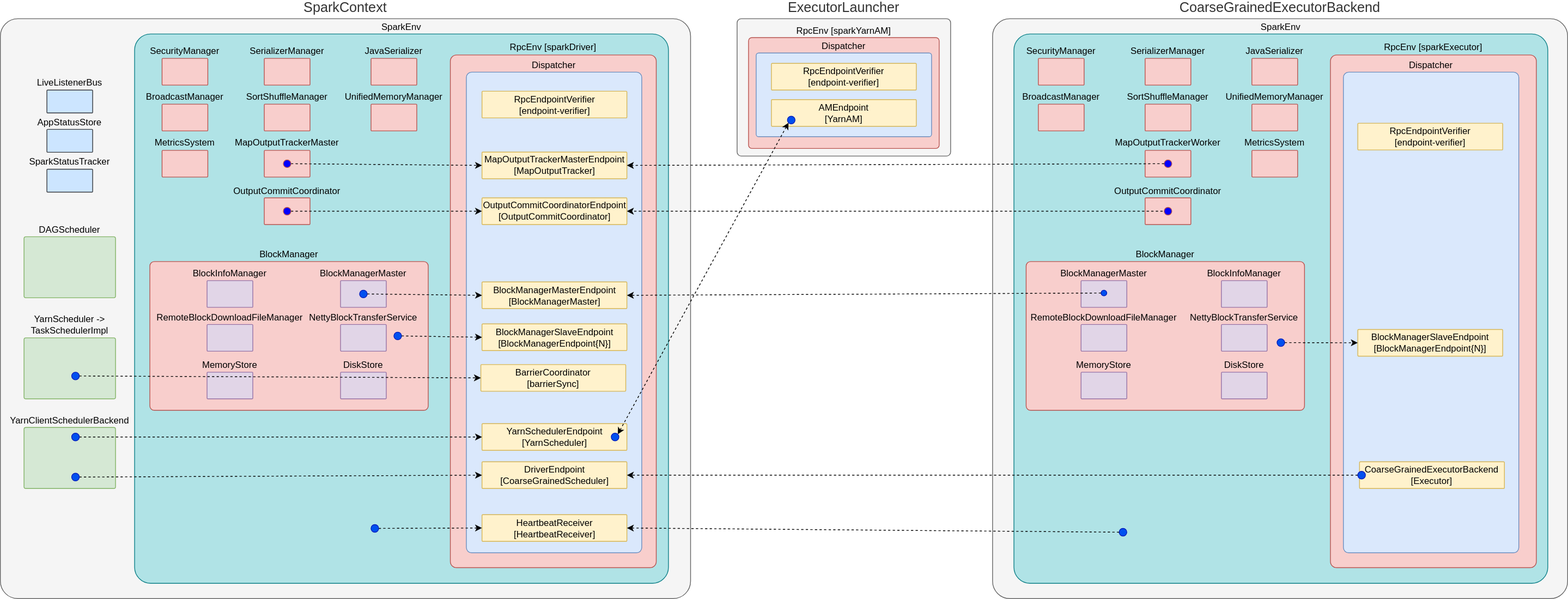
Above: images/spark/spark-component-overview.svg in jtLiBrain/jtLiBrain.github.io (draw.io), before the change. Source tidied: cells renumbered, new cells last; positions are measured from the earlier drawing's top-left corner, leaving out a move shared by most shapes.
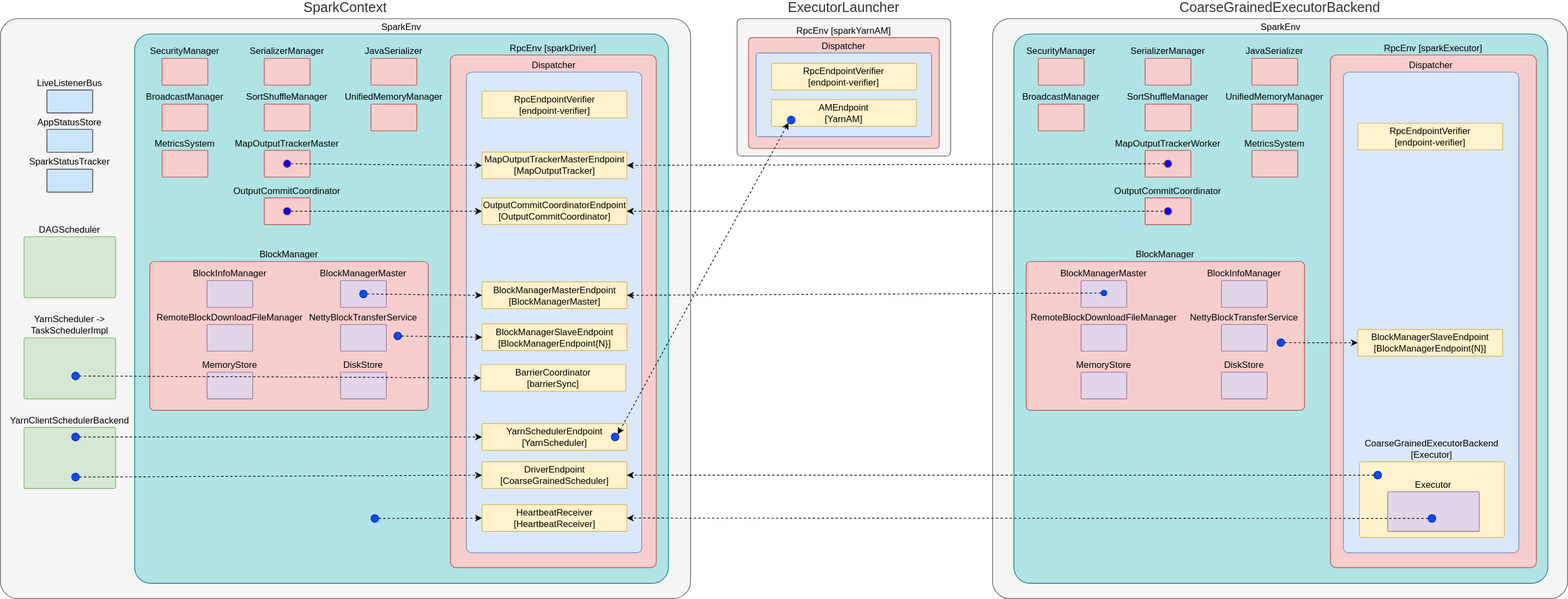
After the change.

What changed in the source:
```diff
@@ -111,13 +111,13 @@
       <mxGeometry x="61" y="197.2" width="60" height="30" as="geometry" />
     </mxCell>
     <mxCell id="38" value="&lt;div style=&quot;font-size: 12px;&quot;&gt;HeartbeatReceiver&lt;/div&gt;&lt;div style=&quot;font-size: 12px;&quot;&gt;[HeartbeatReceiver]&lt;/div&gt;" style="rounded=1;whiteSpace=wrap;html=1;arcSize=3;labelPosition=center;verticalLabelPosition=middle;align=center;verticalAlign=middle;fontSize=12;strokeColor=#d6b656;fillColor=#fff2cc;" parent="1" vertex="1">
-      <mxGeometry x="631.5" y="650" width="190" height="35" as="geometry" />
+      <mxGeometry x="631.5" y="637" width="190" height="35" as="geometry" />
     </mxCell>
     <mxCell id="39" style="endArrow=classic;html=1;dashed=1;exitX=1;exitY=0.5;exitDx=0;exitDy=0;entryX=0;entryY=0.5;entryDx=0;entryDy=0;fontSize=12;" parent="1" edge="1" source="40" target="38">
       <mxGeometry relative="1" as="geometry" />
     </mxCell>
     <mxCell id="40" style="ellipse;whiteSpace=wrap;html=1;fillColor=#0050ef;strokeColor=#001DBC;fontColor=#ffffff;fontSize=12;" parent="1" vertex="1">
-      <mxGeometry x="486" y="663" width="10" height="10" as="geometry" />
+      <mxGeometry x="486" y="650" width="10" height="10" as="geometry" />
     </mxCell>
     <mxCell id="41" value="YarnScheduler -&amp;gt; TaskSchedulerImpl" style="rounded=1;whiteSpace=wrap;html=1;arcSize=3;labelPosition=center;verticalLabelPosition=top;align=center;verticalAlign=bottom;fillColor=#d5e8d4;strokeColor=#82b366;fontSize=12;" parent="1" vertex="1">
       <mxGeometry x="31" y="418.2" width="120" height="80" as="geometry" />
@@ -257,24 +257,18 @@
     <mxCell id="86" style="endArrow=classic;html=1;dashed=1;fontSize=12;entryX=1;entryY=0.5;entryDx=0;entryDy=0;exitX=0;exitY=0.5;exitDx=0;exitDy=0;" parent="1" edge="1" source="67" target="13">
       <mxGeometry relative="1" as="geometry" />
     </mxCell>
-    <mxCell id="87" value="&lt;div style=&quot;font-size: 12px;&quot;&gt;&lt;div style=&quot;font-size: 12px;&quot;&gt;CoarseGrainedExecutorBackend&lt;/div&gt;&lt;div style=&quot;font-size: 12px;&quot;&gt;[Executor]&lt;/div&gt;&lt;/div&gt;" style="rounded=1;whiteSpace=wrap;html=1;arcSize=3;labelPosition=center;verticalLabelPosition=middle;align=center;verticalAlign=middle;fontSize=12;strokeColor=#d6b656;fillColor=#fff2cc;" parent="1" vertex="1">
-      <mxGeometry x="1782.1" y="580.8" width="190" height="35" as="geometry" />
+    <mxCell id="87" value="&lt;div style=&quot;font-size: 12px;&quot;&gt;&lt;div style=&quot;font-size: 12px;&quot;&gt;CoarseGrainedExecutorBackend&lt;/div&gt;&lt;div style=&quot;font-size: 12px;&quot;&gt;[Executor]&lt;/div&gt;&lt;/div&gt;" style="rounded=1;whiteSpace=wrap;html=1;arcSize=3;labelPosition=center;verticalLabelPosition=top;align=center;verticalAlign=bottom;fontSize=12;strokeColor=#d6b656;fillColor=#fff2cc;" parent="1" vertex="1">
+      <mxGeometry x="1782.1" y="580.8" width="190" height="99.2" as="geometry" />
     </mxCell>
     <mxCell id="88" value="MetricsSystem" style="rounded=1;whiteSpace=wrap;html=1;arcSize=3;labelPosition=center;verticalLabelPosition=top;align=center;verticalAlign=bottom;fontSize=12;fillColor=#f8cecc;strokeColor=#b85450;" parent="1" vertex="1">
       <mxGeometry x="1641" y="172.5" width="60" height="35" as="geometry" />
     </mxCell>
     <mxCell id="89" style="ellipse;whiteSpace=wrap;html=1;fillColor=#0050ef;strokeColor=#001DBC;fontColor=#ffffff;fontSize=12;" parent="1" vertex="1">
-      <mxGeometry x="1779.9" y="593.2" width="10" height="10" as="geometry" />
+      <mxGeometry x="1801" y="593.2" width="10" height="10" as="geometry" />
     </mxCell>
     <mxCell id="90" style="endArrow=classic;html=1;dashed=1;fontSize=12;entryX=1;entryY=0.5;entryDx=0;entryDy=0;exitX=0;exitY=0.5;exitDx=0;exitDy=0;" parent="1" edge="1" source="89" target="47">
       <mxGeometry relative="1" as="geometry" />
     </mxCell>
-    <mxCell id="91" style="ellipse;whiteSpace=wrap;html=1;fillColor=#0050ef;strokeColor=#001DBC;fontColor=#ffffff;fontSize=12;" parent="1" vertex="1">
-      <mxGeometry x="1467" y="668" width="10" height="10" as="geometry" />
-    </mxCell>
-    <mxCell id="92" style="endArrow=classic;html=1;dashed=1;fontSize=12;entryX=1;entryY=0.5;entryDx=0;entryDy=0;exitX=0;exitY=0.5;exitDx=0;exitDy=0;" parent="1" edge="1" source="91" target="38">
-      <mxGeometry relative="1" as="geometry" />
-    </mxCell>
     <mxCell id="93" value="&lt;div style=&quot;font-size: 12px&quot;&gt;BarrierCoordinator&lt;/div&gt;&lt;div style=&quot;font-size: 12px&quot;&gt;[barrierSync]&lt;/div&gt;" style="rounded=1;whiteSpace=wrap;html=1;arcSize=3;labelPosition=center;verticalLabelPosition=middle;align=center;verticalAlign=middle;fontSize=12;strokeColor=#d6b656;fillColor=#fff2cc;" parent="1" vertex="1">
       <mxGeometry x="630" y="453.2" width="190" height="35" as="geometry" />
     </mxCell>
@@ -284,5 +278,14 @@
     <mxCell id="95" style="endArrow=classic;html=1;entryX=0;entryY=0.5;entryDx=0;entryDy=0;dashed=1;fontSize=12;exitX=1;exitY=0.5;exitDx=0;exitDy=0;" parent="1" edge="1" source="94" target="93">
       <mxGeometry relative="1" as="geometry" />
     </mxCell>
+    <mxCell id="96" value="Executor" style="rounded=1;whiteSpace=wrap;html=1;arcSize=3;labelPosition=center;verticalLabelPosition=top;align=center;verticalAlign=bottom;fontSize=12;fillColor=#e1d5e7;strokeColor=#9673a6;" parent="1" vertex="1">
+      <mxGeometry x="1819" y="619.9" width="120" height="52.1" as="geometry" />
+    </mxCell>
+    <mxCell id="91" style="ellipse;whiteSpace=wrap;html=1;fillColor=#0050ef;strokeColor=#001DBC;fontColor=#ffffff;fontSize=12;" parent="1" vertex="1">
+      <mxGeometry x="1872.1" y="650" width="10" height="10" as="geometry" />
+    </mxCell>
+    <mxCell id="92" style="endArrow=classic;html=1;dashed=1;fontSize=12;entryX=1;entryY=0.5;entryDx=0;entryDy=0;exitX=0;exitY=0.5;exitDx=0;exitDy=0;" parent="1" edge="1" source="91" target="38">
+      <mxGeometry relative="1" as="geometry" />
+    </mxCell>
   </root>
 </mxGraphModel>
```
